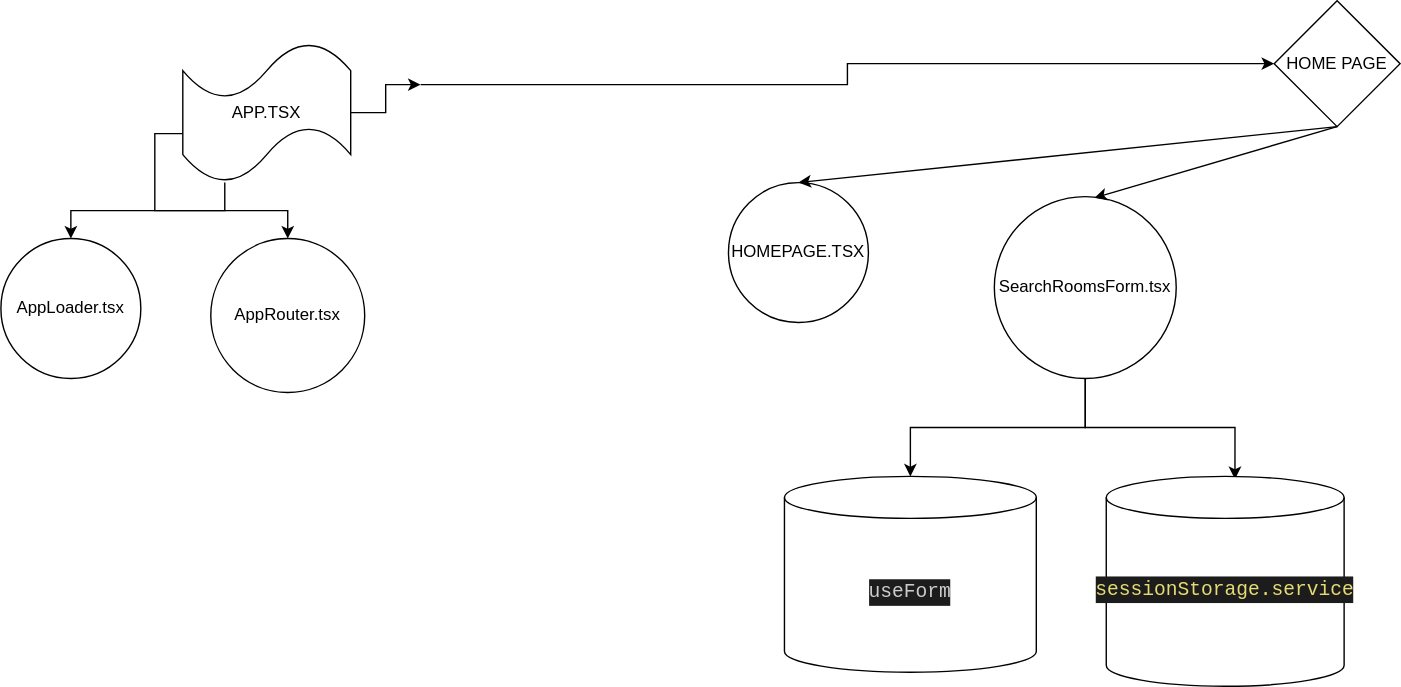
The draw.io diagram HOME PAGE FLOW.drawio.svg in sourisooo/BOOKING-PROJET-2, before a commit. Source tidied: cells renumbered, new cells last; positions are measured from the earlier drawing's top-left corner, leaving out a move shared by most shapes. Its diagram source:
```xml
<mxGraphModel>
  <root>
    <mxCell id="0" />
    <mxCell id="1" parent="0" />
    <mxCell id="2" value="HOME PAGE" style="rhombus;whiteSpace=wrap;html=1;" parent="1" vertex="1">
      <mxGeometry x="910" width="90" height="90" as="geometry" />
    </mxCell>
    <mxCell id="3" value="HOMEPAGE.TSX" style="ellipse;whiteSpace=wrap;html=1;" parent="1" vertex="1">
      <mxGeometry x="520" y="130" width="100" height="100" as="geometry" />
    </mxCell>
    <mxCell id="4" style="endArrow=classic;html=1;rounded=0;entryX=0.5;entryY=0;entryDx=0;entryDy=0;exitX=0.5;exitY=1;exitDx=0;exitDy=0;" parent="1" edge="1" source="2" target="3">
      <mxGeometry relative="1" as="geometry" />
    </mxCell>
    <mxCell id="5" style="edgeStyle=orthogonalEdgeStyle;rounded=0;jettySize=auto;html=1;entryX=0.5;entryY=0;entryDx=0;entryDy=0;entryPerimeter=0;" parent="1" edge="1" source="7" target="9">
      <mxGeometry relative="1" as="geometry" />
    </mxCell>
    <mxCell id="6" style="edgeStyle=orthogonalEdgeStyle;rounded=0;jettySize=auto;html=1;exitX=0.5;exitY=1;exitDx=0;exitDy=0;entryX=0.541;entryY=0.013;entryDx=0;entryDy=0;entryPerimeter=0;" parent="1" edge="1" source="7" target="10">
      <mxGeometry relative="1" as="geometry" />
    </mxCell>
    <mxCell id="7" value="SearchRoomsForm.tsx" style="ellipse;whiteSpace=wrap;html=1;" parent="1" vertex="1">
      <mxGeometry x="710" y="140" width="130" height="130" as="geometry" />
    </mxCell>
    <mxCell id="8" style="endArrow=classic;html=1;rounded=0;entryX=0.55;entryY=0.007;entryDx=0;entryDy=0;entryPerimeter=0;exitX=0.5;exitY=1;exitDx=0;exitDy=0;" parent="1" edge="1" source="2" target="7">
      <mxGeometry relative="1" as="geometry" />
    </mxCell>
    <mxCell id="9" value="&lt;div style=&quot;color: rgb(204, 204, 204); background-color: rgb(28, 28, 28); font-family: Consolas, &amp;quot;Courier New&amp;quot;, monospace; font-size: 14px; line-height: 19px;&quot;&gt;useForm&lt;/div&gt;" style="shape=cylinder3;whiteSpace=wrap;html=1;boundedLbl=1;backgroundOutline=1;size=15;" parent="1" vertex="1">
      <mxGeometry x="560" y="340" width="180" height="140" as="geometry" />
    </mxCell>
    <mxCell id="10" value="&#10;&lt;div style=&quot;color: rgb(204, 204, 204); background-color: rgb(28, 28, 28); font-family: Consolas, &amp;quot;Courier New&amp;quot;, monospace; font-weight: normal; font-size: 14px; line-height: 19px;&quot;&gt;&lt;div&gt;&lt;span style=&quot;color: #e6db74;&quot;&gt;sessionStorage.service&lt;/span&gt;&lt;/div&gt;&lt;/div&gt;&#10;&#10;" style="shape=cylinder3;whiteSpace=wrap;html=1;boundedLbl=1;backgroundOutline=1;size=15;" parent="1" vertex="1">
      <mxGeometry x="790" y="340" width="170" height="150" as="geometry" />
    </mxCell>
    <mxCell id="11" style="edgeStyle=orthogonalEdgeStyle;rounded=0;jettySize=auto;html=1;entryX=0;entryY=0.5;entryDx=0;entryDy=0;" parent="1" edge="1" target="2">
      <mxGeometry relative="1" as="geometry">
        <mxPoint x="300" y="60" as="sourcePoint" />
      </mxGeometry>
    </mxCell>
    <mxCell id="12" style="edgeStyle=orthogonalEdgeStyle;rounded=0;jettySize=auto;html=1;" parent="1" edge="1" source="15">
      <mxGeometry relative="1" as="geometry">
        <mxPoint x="300" y="60" as="targetPoint" />
      </mxGeometry>
    </mxCell>
    <mxCell id="13" style="edgeStyle=orthogonalEdgeStyle;rounded=0;jettySize=auto;html=1;exitX=0.25;exitY=1;exitDx=0;exitDy=0;exitPerimeter=0;entryX=0.5;entryY=0;entryDx=0;entryDy=0;" parent="1" edge="1" source="15" target="16">
      <mxGeometry relative="1" as="geometry" />
    </mxCell>
    <mxCell id="14" style="edgeStyle=orthogonalEdgeStyle;rounded=0;jettySize=auto;html=1;exitX=0;exitY=0.65;exitDx=0;exitDy=0;exitPerimeter=0;entryX=0.5;entryY=0;entryDx=0;entryDy=0;" parent="1" edge="1" source="15" target="17">
      <mxGeometry relative="1" as="geometry" />
    </mxCell>
    <mxCell id="15" value="APP.TSX" style="shape=tape;whiteSpace=wrap;html=1;" parent="1" vertex="1">
      <mxGeometry x="130" y="30" width="120" height="100" as="geometry" />
    </mxCell>
    <mxCell id="16" value="AppLoader.tsx" style="ellipse;whiteSpace=wrap;html=1;" parent="1" vertex="1">
      <mxGeometry y="170" width="100" height="100" as="geometry" />
    </mxCell>
    <mxCell id="17" value="AppRouter.tsx" style="ellipse;whiteSpace=wrap;html=1;" parent="1" vertex="1">
      <mxGeometry x="150" y="170" width="110" height="110" as="geometry" />
    </mxCell>
  </root>
</mxGraphModel>
```
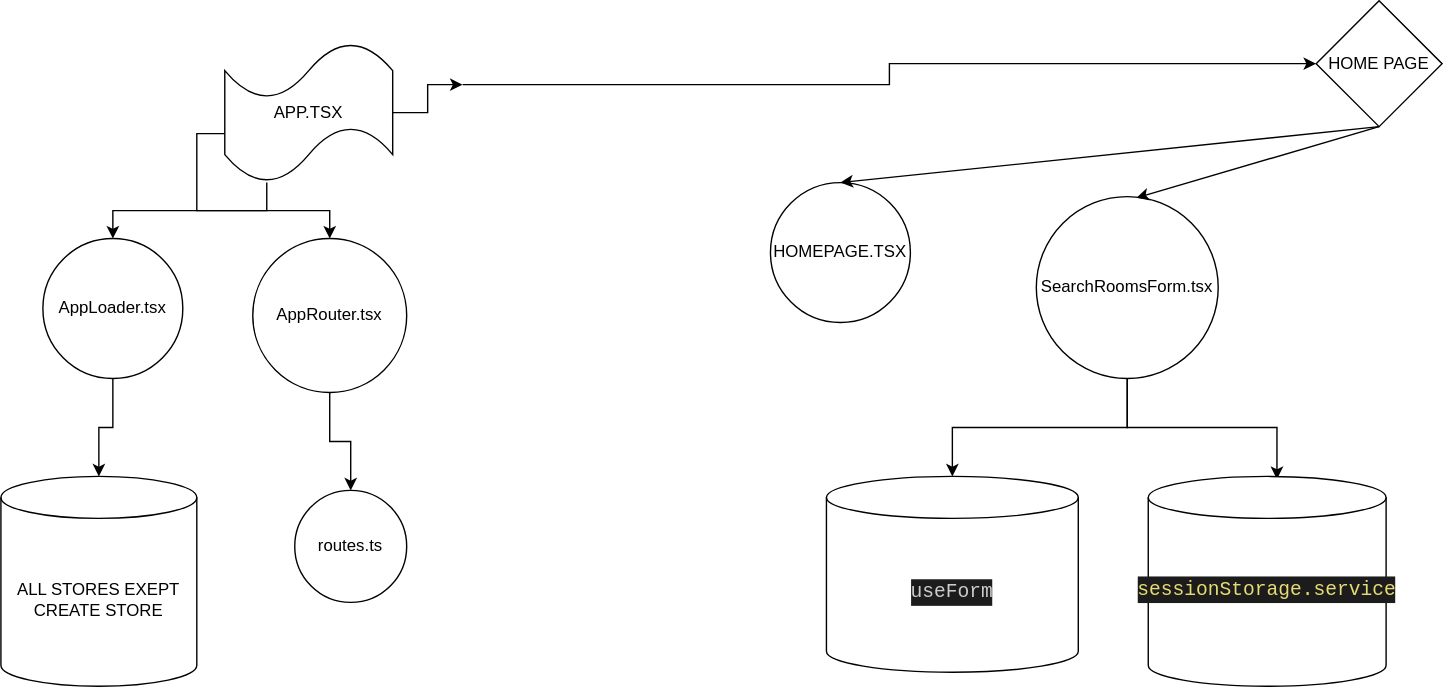
After the change.

Commit message:
Mettre à jour HOME PAGE FLOW.drawio.svg

Diff of the diagram source:
```diff
@@ -48,11 +48,23 @@
     <mxCell id="15" value="APP.TSX" style="shape=tape;whiteSpace=wrap;html=1;" parent="1" vertex="1">
       <mxGeometry x="130" y="30" width="120" height="100" as="geometry" />
     </mxCell>
+    <mxCell id="18" style="edgeStyle=orthogonalEdgeStyle;rounded=0;jettySize=auto;html=1;exitX=0.5;exitY=1;exitDx=0;exitDy=0;" parent="1" edge="1" source="16" target="20">
+      <mxGeometry relative="1" as="geometry" />
+    </mxCell>
     <mxCell id="16" value="AppLoader.tsx" style="ellipse;whiteSpace=wrap;html=1;" parent="1" vertex="1">
       <mxGeometry y="170" width="100" height="100" as="geometry" />
     </mxCell>
+    <mxCell id="19" style="edgeStyle=orthogonalEdgeStyle;rounded=0;jettySize=auto;html=1;exitX=0.5;exitY=1;exitDx=0;exitDy=0;entryX=0.5;entryY=0;entryDx=0;entryDy=0;" parent="1" edge="1" source="17" target="21">
+      <mxGeometry relative="1" as="geometry" />
+    </mxCell>
     <mxCell id="17" value="AppRouter.tsx" style="ellipse;whiteSpace=wrap;html=1;" parent="1" vertex="1">
       <mxGeometry x="150" y="170" width="110" height="110" as="geometry" />
     </mxCell>
+    <mxCell id="20" value="ALL STORES EXEPT CREATE STORE" style="shape=cylinder3;whiteSpace=wrap;html=1;boundedLbl=1;backgroundOutline=1;size=15;" parent="1" vertex="1">
+      <mxGeometry x="-30" y="340" width="140" height="150" as="geometry" />
+    </mxCell>
+    <mxCell id="21" value="routes.ts" style="ellipse;whiteSpace=wrap;html=1;" parent="1" vertex="1">
+      <mxGeometry x="180" y="350" width="80" height="80" as="geometry" />
+    </mxCell>
   </root>
 </mxGraphModel>
```
